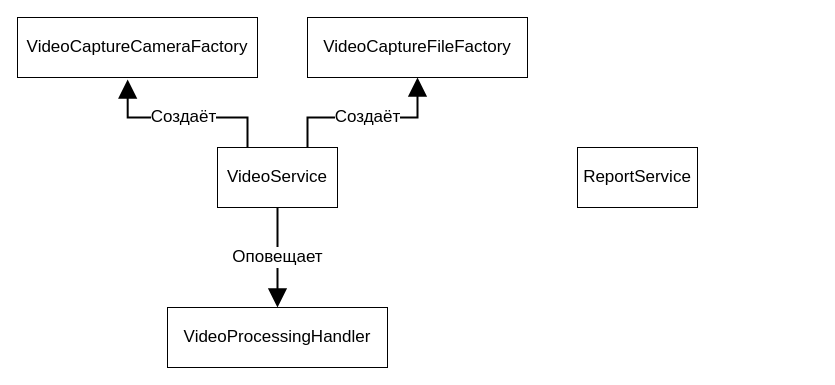
Earlier version of the draw.io diagram page "Services" (6 of 12) of Engineering/Packets.drawio (GoldGreen/Skeletonization). Source tidied: cells renumbered, new cells numbered last; positions are measured from the earlier drawing's top-left corner, leaving out a move shared by most shapes. Both pictures are drawn from the tidied source at 100%, with x=0, y=0 at pixel (17, 17).
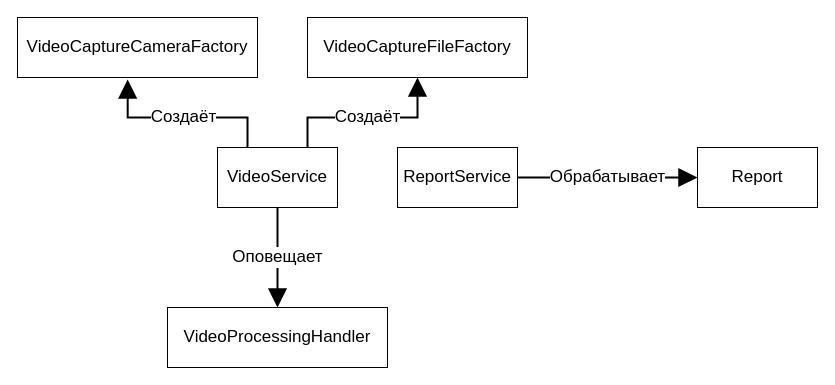
After the change.

Diff of the diagram source:
```diff
@@
 <mxGraphModel>
   <root>
     <mxCell id="0" />
     <mxCell id="1" parent="0" />
     <mxCell id="2" value="Создаёт" style="edgeStyle=orthogonalEdgeStyle;rounded=0;jettySize=auto;html=1;exitX=0.25;exitY=0;exitDx=0;exitDy=0;entryX=0.459;entryY=1.033;entryDx=0;entryDy=0;entryPerimeter=0;fontSize=17;endArrow=block;endFill=1;startSize=6;endSize=14;strokeWidth=2;" parent="1" edge="1" source="5" target="6">
       <mxGeometry relative="1" as="geometry" />
     </mxCell>
     <mxCell id="3" value="Создаёт" style="edgeStyle=orthogonalEdgeStyle;rounded=0;jettySize=auto;html=1;exitX=0.75;exitY=0;exitDx=0;exitDy=0;entryX=0.5;entryY=1;entryDx=0;entryDy=0;fontSize=17;endArrow=block;endFill=1;startSize=6;endSize=14;strokeWidth=2;" parent="1" edge="1" source="5" target="7">
       <mxGeometry relative="1" as="geometry" />
     </mxCell>
     <mxCell id="4" value="Оповещает" style="edgeStyle=orthogonalEdgeStyle;rounded=0;jettySize=auto;html=1;exitX=0.5;exitY=1;exitDx=0;exitDy=0;entryX=0.5;entryY=0;entryDx=0;entryDy=0;fontSize=17;endArrow=block;endFill=1;startSize=6;endSize=14;strokeWidth=2;" parent="1" edge="1" source="5" target="8">
       <mxGeometry relative="1" as="geometry" />
     </mxCell>
     <mxCell id="5" value="VideoService" style="rounded=0;whiteSpace=wrap;html=1;fontSize=17;" parent="1" vertex="1">
       <mxGeometry x="200" y="130" width="120" height="60" as="geometry" />
     </mxCell>
     <mxCell id="6" value="VideoCaptureCameraFactory" style="rounded=0;whiteSpace=wrap;html=1;fontSize=17;" parent="1" vertex="1">
       <mxGeometry width="240" height="60" as="geometry" />
     </mxCell>
     <mxCell id="7" value="VideoCaptureFileFactory" style="rounded=0;whiteSpace=wrap;html=1;fontSize=17;" parent="1" vertex="1">
       <mxGeometry x="290" width="220" height="60" as="geometry" />
     </mxCell>
     <mxCell id="8" value="VideoProcessingHandler" style="rounded=0;whiteSpace=wrap;html=1;fontSize=17;" parent="1" vertex="1">
       <mxGeometry x="150" y="290" width="220" height="60" as="geometry" />
     </mxCell>
     <mxCell id="9" value="ReportService" style="rounded=0;whiteSpace=wrap;html=1;fontSize=17;" parent="1" vertex="1">
-      <mxGeometry x="560" y="130" width="120" height="60" as="geometry" />
+      <mxGeometry x="380" y="130" width="120" height="60" as="geometry" />
     </mxCell>
+    <mxCell id="10" value="Report" style="rounded=0;whiteSpace=wrap;html=1;fontSize=17;" parent="1" vertex="1">
+      <mxGeometry x="680" y="130" width="120" height="60" as="geometry" />
+    </mxCell>
+    <mxCell id="11" value="Обрабатывает" style="edgeStyle=orthogonalEdgeStyle;rounded=0;jettySize=auto;html=1;exitX=1;exitY=0.5;exitDx=0;exitDy=0;entryX=0;entryY=0.5;entryDx=0;entryDy=0;fontSize=17;endArrow=block;endFill=1;startSize=6;endSize=14;strokeWidth=2;" parent="1" edge="1" source="9" target="10">
+      <mxGeometry relative="1" as="geometry" />
+    </mxCell>
   </root>
 </mxGraphModel>
```
